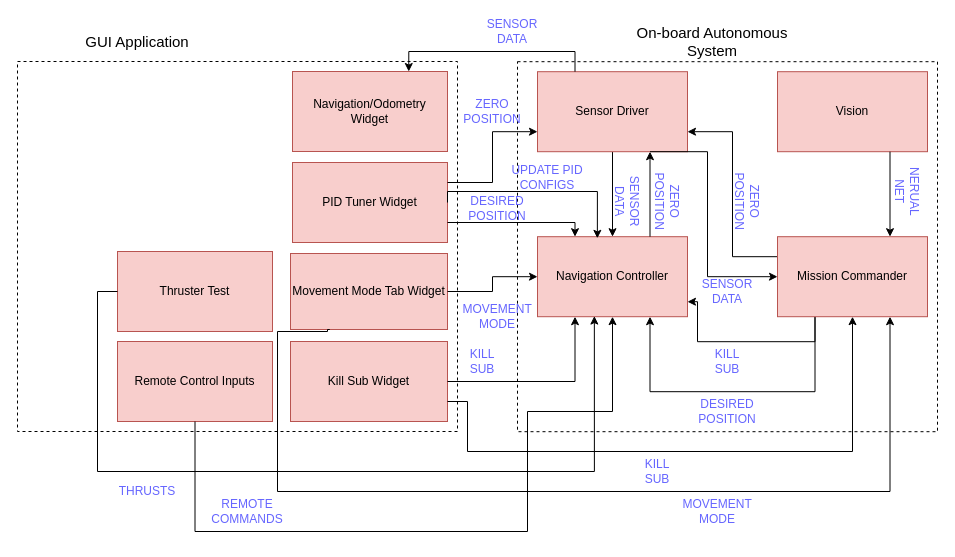
This is doc/drawio/MechOS_Node_Network.drawio from Mechatronics-SDSU/mechatronics-2019, a draw.io file, before an edit. Source tidied: cells renumbered, new cells numbered last; positions are measured from the earlier drawing's top-left corner, leaving out a move shared by most shapes. Both pictures are drawn from the tidied source at 100%, with x=0, y=0 at pixel (17, 21).
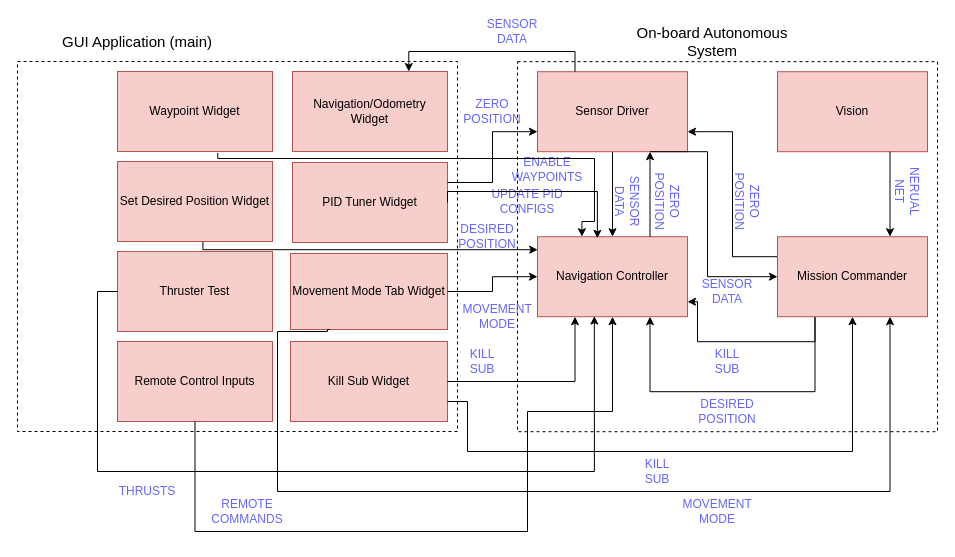
The same diagram, later.

Commit message (it also covers changes not shown here):
Modified the drawio for the MechOS node network topics for the enitre system. Also added a picture of it so it can be displayed in the wiki.

The change refers to these unchanged cells:
```xml
<mxCell id="2" style="rounded=0;whiteSpace=wrap;html=1;fillColor=none;dashed=1;" parent="1" vertex="1">
  <mxGeometry x="500" y="40.2" width="420" height="370" as="geometry" />
</mxCell>
<mxCell id="3" value="Navigation Controller" style="rounded=0;whiteSpace=wrap;html=1;fillColor=#f8cecc;strokeColor=#b85450;" parent="2" vertex="1">
  <mxGeometry x="20" y="175" width="150" height="80" as="geometry" />
</mxCell>
<mxCell id="24" style="rounded=0;whiteSpace=wrap;html=1;fillColor=none;dashed=1;" parent="1" vertex="1">
  <mxGeometry y="40" width="440" height="370" as="geometry" />
</mxCell>
<mxCell id="28" value="PID Tuner Widget" style="rounded=0;whiteSpace=wrap;html=1;fillColor=#f8cecc;strokeColor=#b85450;" parent="24" vertex="1">
  <mxGeometry x="275" y="101" width="155" height="80" as="geometry" />
</mxCell>
```

Change to the diagram source:
```diff
@@
     <mxCell id="21" value="&lt;font color=&quot;#6666FF&quot;&gt;UPDATE PID CONFIGS&lt;br&gt;&lt;/font&gt;" style="text;html=1;align=center;verticalAlign=middle;whiteSpace=wrap;rounded=0;rotation=0;" parent="2" vertex="1">
-      <mxGeometry x="-20" y="105.5" width="100" height="20" as="geometry" />
+      <mxGeometry x="-40" y="130" width="100" height="20" as="geometry" />
     </mxCell>
+    <mxCell id="50" value="&lt;font color=&quot;#6666FF&quot;&gt;ENABLE WAYPOINTS&lt;br&gt;&lt;/font&gt;" style="text;html=1;align=center;verticalAlign=middle;whiteSpace=wrap;rounded=0;rotation=0;" parent="2" vertex="1">
+      <mxGeometry x="-20" y="98" width="100" height="20" as="geometry" />
+    </mxCell>
@@
+    <mxCell id="51" value="Set Desired Position Widget" style="rounded=0;whiteSpace=wrap;html=1;fillColor=#f8cecc;strokeColor=#b85450;" parent="24" vertex="1">
+      <mxGeometry x="100" y="100" width="155" height="80" as="geometry" />
+    </mxCell>
+    <mxCell id="52" value="Waypoint Widget" style="rounded=0;whiteSpace=wrap;html=1;fillColor=#f8cecc;strokeColor=#b85450;" parent="24" vertex="1">
+      <mxGeometry x="100" y="10" width="155" height="80" as="geometry" />
+    </mxCell>
-    <mxCell id="31" value="&lt;font style=&quot;font-size: 15px&quot;&gt;GUI Application&lt;br&gt;&lt;/font&gt;" style="text;html=1;strokeColor=none;fillColor=none;align=center;verticalAlign=middle;whiteSpace=wrap;rounded=0;dashed=1;" parent="1" vertex="1">
+    <mxCell id="31" value="&lt;font style=&quot;font-size: 15px&quot;&gt;GUI Application (main)&lt;br&gt;&lt;/font&gt;" style="text;html=1;strokeColor=none;fillColor=none;align=center;verticalAlign=middle;whiteSpace=wrap;rounded=0;dashed=1;" parent="1" vertex="1">
       <mxGeometry x="20" y="10" width="200" height="20" as="geometry" />
     </mxCell>
@@
-    <mxCell id="44" style="edgeStyle=orthogonalEdgeStyle;rounded=0;jettySize=auto;html=1;exitX=1;exitY=0.75;exitDx=0;exitDy=0;entryX=0.25;entryY=0;entryDx=0;entryDy=0;" parent="1" edge="1" source="28" target="3">
-      <mxGeometry relative="1" as="geometry">
-        <Array as="points">
-          <mxPoint x="558" y="201" />
-        </Array>
-      </mxGeometry>
-    </mxCell>
-    <mxCell id="45" value="&lt;font color=&quot;#6666FF&quot;&gt;DESIRED POSITION&lt;br&gt;&lt;/font&gt;" style="text;html=1;align=center;verticalAlign=middle;whiteSpace=wrap;rounded=0;rotation=0;" parent="1" vertex="1">
-      <mxGeometry x="460" y="177.2" width="40" height="20" as="geometry" />
-    </mxCell>
@@
+    <mxCell id="53" style="edgeStyle=orthogonalEdgeStyle;rounded=0;jettySize=auto;html=1;exitX=0.551;exitY=1.006;exitDx=0;exitDy=0;entryX=0;entryY=0.25;entryDx=0;entryDy=0;exitPerimeter=0;" parent="1" edge="1" source="51">
+      <mxGeometry relative="1" as="geometry">
+        <mxPoint x="520.2" y="228.2" as="targetPoint" />
+        <Array as="points">
+          <mxPoint x="185" y="228" />
+        </Array>
+      </mxGeometry>
+    </mxCell>
+    <mxCell id="45" value="&lt;font color=&quot;#6666FF&quot;&gt;DESIRED POSITION&lt;br&gt;&lt;/font&gt;" style="text;html=1;align=center;verticalAlign=middle;whiteSpace=wrap;rounded=0;rotation=0;" parent="1" vertex="1">
+      <mxGeometry x="450" y="205.2" width="40" height="20" as="geometry" />
+    </mxCell>
+    <mxCell id="54" style="edgeStyle=orthogonalEdgeStyle;rounded=0;jettySize=auto;html=1;exitX=0.647;exitY=1.018;exitDx=0;exitDy=0;entryX=0.25;entryY=0;entryDx=0;entryDy=0;exitPerimeter=0;" parent="1" edge="1" source="52">
+      <mxGeometry relative="1" as="geometry">
+        <mxPoint x="564.4" y="215.2" as="targetPoint" />
+        <Array as="points">
+          <mxPoint x="200" y="137" />
+          <mxPoint x="577" y="137" />
+          <mxPoint x="577" y="200" />
+          <mxPoint x="565" y="200" />
+        </Array>
+      </mxGeometry>
+    </mxCell>
```
